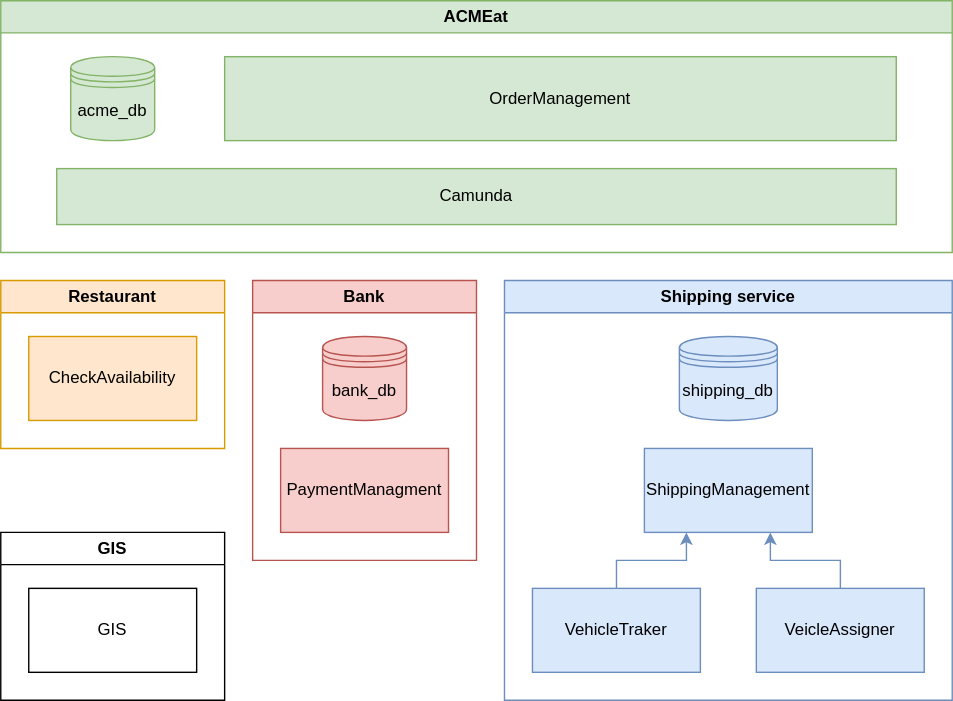
Earlier version of the draw.io export docs/acmeat-infrastructure.svg (asm-project2425/ACMEat). Source tidied: cells renumbered, new cells last; positions are measured from the earlier drawing's top-left corner, leaving out a move shared by most shapes.
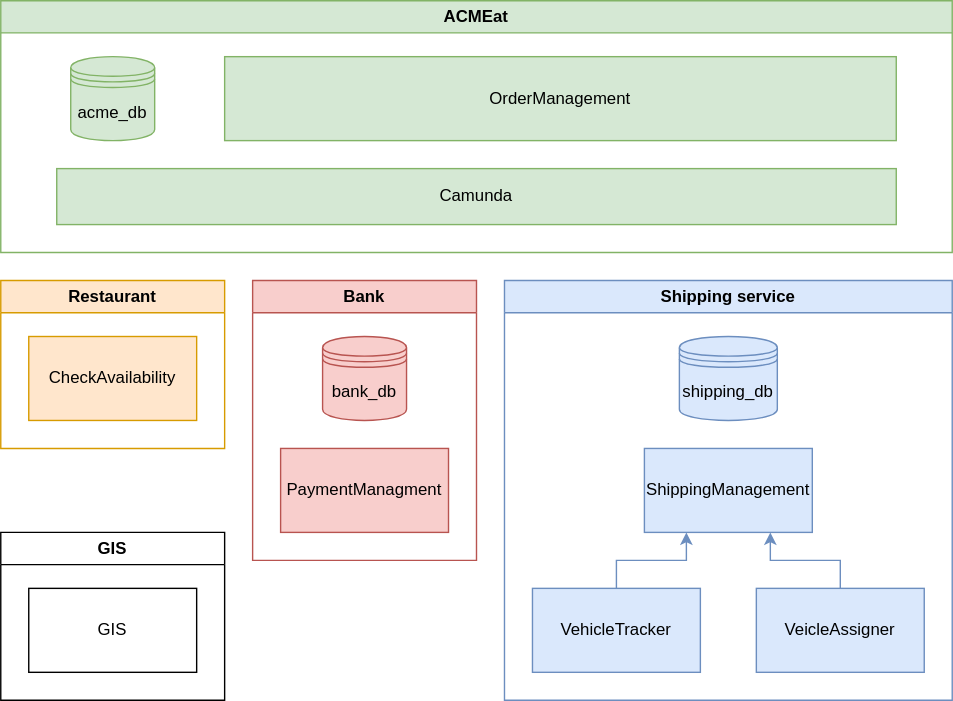
After the change.

The edit, as a diff of the source:
```diff
@@ -35,7 +35,7 @@
     <mxCell id="12" style="edgeStyle=orthogonalEdgeStyle;rounded=0;jettySize=auto;html=1;entryX=0.25;entryY=1;entryDx=0;entryDy=0;fillColor=#dae8fc;strokeColor=#6c8ebf;" parent="11" edge="1" source="13" target="14">
       <mxGeometry relative="1" as="geometry" />
     </mxCell>
-    <mxCell id="13" value="VehicleTraker" style="rounded=0;whiteSpace=wrap;html=1;fillColor=#dae8fc;strokeColor=#6c8ebf;" parent="11" vertex="1">
+    <mxCell id="13" value="VehicleTracker" style="rounded=0;whiteSpace=wrap;html=1;fillColor=#dae8fc;strokeColor=#6c8ebf;" parent="11" vertex="1">
       <mxGeometry x="20" y="220" width="120" height="60" as="geometry" />
     </mxCell>
     <mxCell id="14" value="ShippingManagement" style="rounded=0;whiteSpace=wrap;html=1;fillColor=#dae8fc;strokeColor=#6c8ebf;" parent="11" vertex="1">
```
